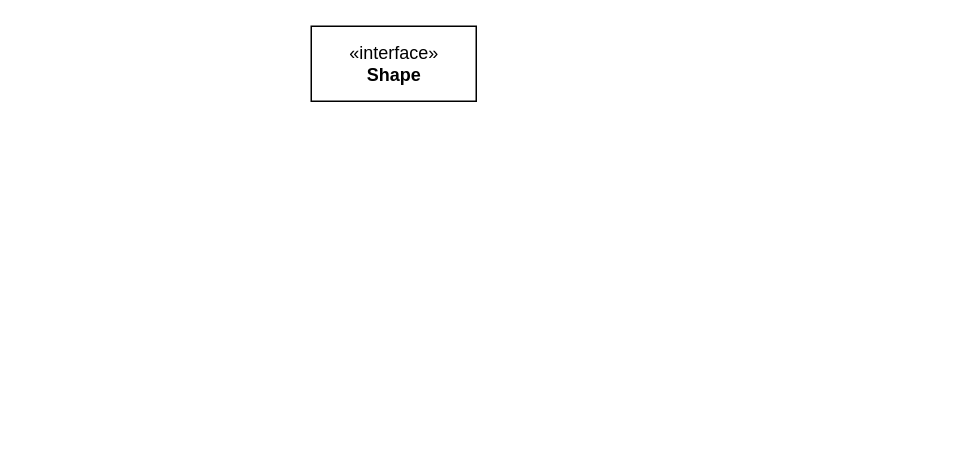
This is creational/factory-base.drawio from sunminghui81/python-design-pattern, a draw.io file, before an edit. Source tidied: cells renumbered, new cells numbered last; positions are measured from the earlier drawing's top-left corner, leaving out a move shared by most shapes. Both pictures are drawn from the tidied source at 150%, with x=0, y=0 at pixel (310, 26).
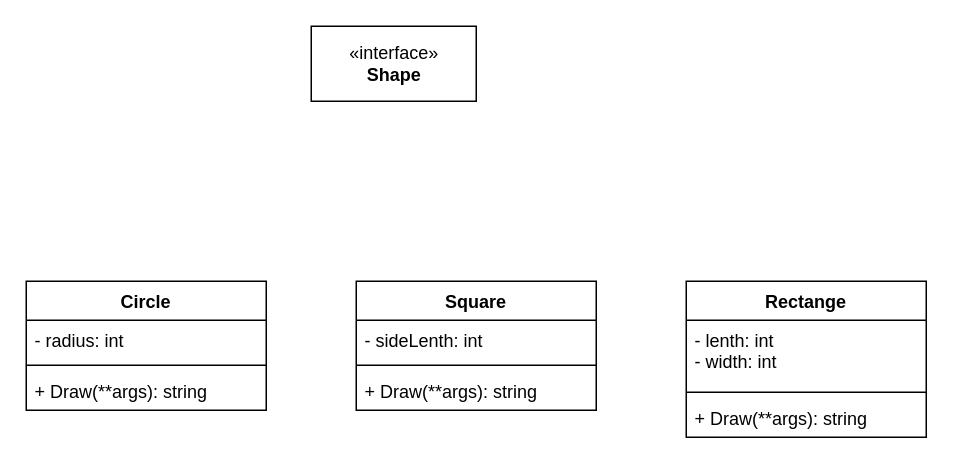
The same diagram, later.

The edit, as a diff of the source:
```diff
@@
 <mxGraphModel>
   <root>
     <mxCell id="0" />
     <mxCell id="1" parent="0" />
     <mxCell id="2" value="«interface»&lt;br&gt;&lt;b&gt;Shape&lt;/b&gt;" style="html=1;" parent="1" vertex="1">
       <mxGeometry width="110" height="50" as="geometry" />
     </mxCell>
+    <mxCell id="3" value="Circle" style="swimlane;fontStyle=1;align=center;verticalAlign=top;horizontal=1;startSize=26;" parent="1" vertex="1">
+      <mxGeometry x="-190" y="170" width="160" height="86" as="geometry" />
+    </mxCell>
+    <mxCell id="4" value="- radius: int" style="text;strokeColor=none;fillColor=none;align=left;verticalAlign=top;spacingLeft=4;spacingRight=4;overflow=hidden;" parent="3" vertex="1">
+      <mxGeometry y="26" width="160" height="26" as="geometry" />
+    </mxCell>
+    <mxCell id="5" style="line;strokeWidth=1;fillColor=none;align=left;verticalAlign=middle;spacingTop=-1;spacingLeft=3;spacingRight=3;labelPosition=right;" parent="3" vertex="1">
+      <mxGeometry y="52" width="160" height="8" as="geometry" />
+    </mxCell>
+    <mxCell id="6" value="+ Draw(**args): string" style="text;strokeColor=none;fillColor=none;align=left;verticalAlign=top;spacingLeft=4;spacingRight=4;overflow=hidden;" parent="3" vertex="1">
+      <mxGeometry y="60" width="160" height="26" as="geometry" />
+    </mxCell>
+    <mxCell id="7" value="Square" style="swimlane;fontStyle=1;align=center;verticalAlign=top;horizontal=1;startSize=26;" parent="1" vertex="1">
+      <mxGeometry x="30" y="170" width="160" height="86" as="geometry" />
+    </mxCell>
+    <mxCell id="8" value="- sideLenth: int" style="text;strokeColor=none;fillColor=none;align=left;verticalAlign=top;spacingLeft=4;spacingRight=4;overflow=hidden;" parent="7" vertex="1">
+      <mxGeometry y="26" width="160" height="26" as="geometry" />
+    </mxCell>
+    <mxCell id="9" style="line;strokeWidth=1;fillColor=none;align=left;verticalAlign=middle;spacingTop=-1;spacingLeft=3;spacingRight=3;labelPosition=right;" parent="7" vertex="1">
+      <mxGeometry y="52" width="160" height="8" as="geometry" />
+    </mxCell>
+    <mxCell id="10" value="+ Draw(**args): string" style="text;strokeColor=none;fillColor=none;align=left;verticalAlign=top;spacingLeft=4;spacingRight=4;overflow=hidden;" parent="7" vertex="1">
+      <mxGeometry y="60" width="160" height="26" as="geometry" />
+    </mxCell>
+    <mxCell id="11" value="Rectange" style="swimlane;fontStyle=1;align=center;verticalAlign=top;horizontal=1;startSize=26;" parent="1" vertex="1">
+      <mxGeometry x="250" y="170" width="160" height="104" as="geometry" />
+    </mxCell>
+    <mxCell id="12" value="- lenth: int&#10;- width: int" style="text;strokeColor=none;fillColor=none;align=left;verticalAlign=top;spacingLeft=4;spacingRight=4;overflow=hidden;" parent="11" vertex="1">
+      <mxGeometry y="26" width="160" height="44" as="geometry" />
+    </mxCell>
+    <mxCell id="13" style="line;strokeWidth=1;fillColor=none;align=left;verticalAlign=middle;spacingTop=-1;spacingLeft=3;spacingRight=3;labelPosition=right;" parent="11" vertex="1">
+      <mxGeometry y="70" width="160" height="8" as="geometry" />
+    </mxCell>
+    <mxCell id="14" value="+ Draw(**args): string" style="text;strokeColor=none;fillColor=none;align=left;verticalAlign=top;spacingLeft=4;spacingRight=4;overflow=hidden;" parent="11" vertex="1">
+      <mxGeometry y="78" width="160" height="26" as="geometry" />
+    </mxCell>
   </root>
 </mxGraphModel>
```
